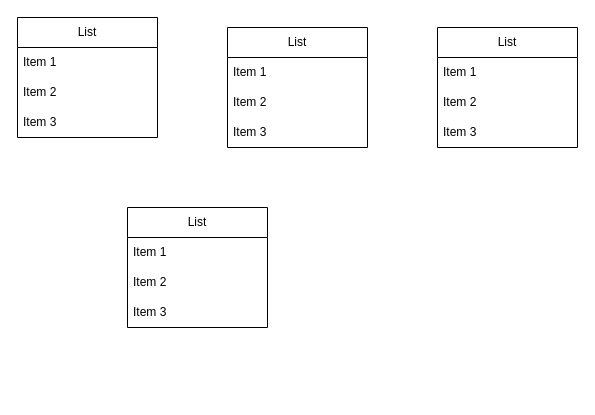
Above: One bit code/4-Dados/exercicio4.drawio in KimberlyMartins/OneBitCode-Ruby (draw.io), before the change. Source tidied: cells renumbered, new cells numbered last; positions are measured from the earlier drawing's top-left corner, leaving out a move shared by most shapes. Both pictures are drawn from the tidied source at 100%, with x=0, y=0 at pixel (17, 17).
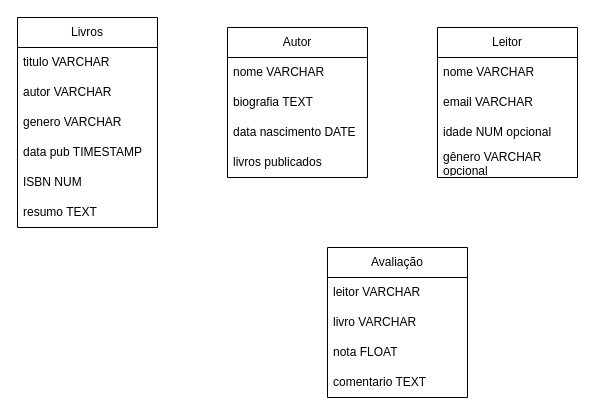
The same diagram, later.

What changed in the source:
```diff
@@
-    <mxCell id="2" value="List" style="swimlane;fontStyle=0;horizontal=1;startSize=30;whiteSpace=wrap;html=1;" parent="1" vertex="1">
-      <mxGeometry width="140" height="120" as="geometry" />
+    <mxCell id="2" value="Livros" style="swimlane;fontStyle=0;horizontal=1;startSize=30;whiteSpace=wrap;html=1;" parent="1" vertex="1">
+      <mxGeometry width="140" height="210" as="geometry" />
     </mxCell>
-    <mxCell id="3" value="Item 1" style="text;strokeColor=none;fillColor=none;align=left;verticalAlign=middle;spacingLeft=4;spacingRight=4;overflow=hidden;whiteSpace=wrap;html=1;" parent="2" vertex="1">
+    <mxCell id="3" value="titulo VARCHAR&amp;nbsp;" style="text;strokeColor=none;fillColor=none;align=left;verticalAlign=middle;spacingLeft=4;spacingRight=4;overflow=hidden;whiteSpace=wrap;html=1;" parent="2" vertex="1">
       <mxGeometry y="30" width="140" height="30" as="geometry" />
     </mxCell>
-    <mxCell id="4" value="Item 2" style="text;strokeColor=none;fillColor=none;align=left;verticalAlign=middle;spacingLeft=4;spacingRight=4;overflow=hidden;whiteSpace=wrap;html=1;" parent="2" vertex="1">
+    <mxCell id="4" value="autor VARCHAR" style="text;strokeColor=none;fillColor=none;align=left;verticalAlign=middle;spacingLeft=4;spacingRight=4;overflow=hidden;whiteSpace=wrap;html=1;" parent="2" vertex="1">
       <mxGeometry y="60" width="140" height="30" as="geometry" />
     </mxCell>
-    <mxCell id="5" value="Item 3" style="text;strokeColor=none;fillColor=none;align=left;verticalAlign=middle;spacingLeft=4;spacingRight=4;overflow=hidden;whiteSpace=wrap;html=1;" parent="2" vertex="1">
+    <mxCell id="5" value="genero VARCHAR" style="text;strokeColor=none;fillColor=none;align=left;verticalAlign=middle;spacingLeft=4;spacingRight=4;overflow=hidden;whiteSpace=wrap;html=1;" parent="2" vertex="1">
       <mxGeometry y="90" width="140" height="30" as="geometry" />
     </mxCell>
+    <mxCell id="18" value="data pub TIMESTAMP" style="text;strokeColor=none;fillColor=none;align=left;verticalAlign=middle;spacingLeft=4;spacingRight=4;overflow=hidden;whiteSpace=wrap;html=1;" parent="2" vertex="1">
+      <mxGeometry y="120" width="140" height="30" as="geometry" />
+    </mxCell>
+    <mxCell id="19" value="ISBN NUM" style="text;strokeColor=none;fillColor=none;align=left;verticalAlign=middle;spacingLeft=4;spacingRight=4;overflow=hidden;whiteSpace=wrap;html=1;" parent="2" vertex="1">
+      <mxGeometry y="150" width="140" height="30" as="geometry" />
+    </mxCell>
+    <mxCell id="20" value="resumo TEXT" style="text;strokeColor=none;fillColor=none;align=left;verticalAlign=middle;spacingLeft=4;spacingRight=4;overflow=hidden;whiteSpace=wrap;html=1;" parent="2" vertex="1">
+      <mxGeometry y="180" width="140" height="30" as="geometry" />
+    </mxCell>
-    <mxCell id="6" value="List" style="swimlane;fontStyle=0;horizontal=1;startSize=30;whiteSpace=wrap;html=1;" parent="1" vertex="1">
-      <mxGeometry x="210" y="10" width="140" height="120" as="geometry" />
+    <mxCell id="6" value="Autor" style="swimlane;fontStyle=0;horizontal=1;startSize=30;whiteSpace=wrap;html=1;" parent="1" vertex="1">
+      <mxGeometry x="210" y="10" width="140" height="150" as="geometry" />
     </mxCell>
-    <mxCell id="7" value="Item 1" style="text;strokeColor=none;fillColor=none;align=left;verticalAlign=middle;spacingLeft=4;spacingRight=4;overflow=hidden;whiteSpace=wrap;html=1;" parent="6" vertex="1">
+    <mxCell id="7" value="nome VARCHAR" style="text;strokeColor=none;fillColor=none;align=left;verticalAlign=middle;spacingLeft=4;spacingRight=4;overflow=hidden;whiteSpace=wrap;html=1;" parent="6" vertex="1">
       <mxGeometry y="30" width="140" height="30" as="geometry" />
     </mxCell>
-    <mxCell id="8" value="Item 2" style="text;strokeColor=none;fillColor=none;align=left;verticalAlign=middle;spacingLeft=4;spacingRight=4;overflow=hidden;whiteSpace=wrap;html=1;" parent="6" vertex="1">
+    <mxCell id="8" value="biografia TEXT" style="text;strokeColor=none;fillColor=none;align=left;verticalAlign=middle;spacingLeft=4;spacingRight=4;overflow=hidden;whiteSpace=wrap;html=1;" parent="6" vertex="1">
       <mxGeometry y="60" width="140" height="30" as="geometry" />
     </mxCell>
-    <mxCell id="9" value="Item 3" style="text;strokeColor=none;fillColor=none;align=left;verticalAlign=middle;spacingLeft=4;spacingRight=4;overflow=hidden;whiteSpace=wrap;html=1;" parent="6" vertex="1">
-      <mxGeometry y="90" width="140" height="30" as="geometry" />
-    </mxCell>
+    <mxCell id="21" value="data nascimento DATE" style="text;strokeColor=none;fillColor=none;align=left;verticalAlign=middle;spacingLeft=4;spacingRight=4;overflow=hidden;whiteSpace=wrap;html=1;" parent="6" vertex="1">
+      <mxGeometry y="90" width="140" height="30" as="geometry" />
+    </mxCell>
+    <mxCell id="22" value="livros publicados" style="text;strokeColor=none;fillColor=none;align=left;verticalAlign=middle;spacingLeft=4;spacingRight=4;overflow=hidden;whiteSpace=wrap;html=1;" parent="6" vertex="1">
+      <mxGeometry y="120" width="140" height="30" as="geometry" />
+    </mxCell>
-    <mxCell id="10" value="List" style="swimlane;fontStyle=0;horizontal=1;startSize=30;whiteSpace=wrap;html=1;" parent="1" vertex="1">
-      <mxGeometry x="420" y="10" width="140" height="120" as="geometry" />
+    <mxCell id="10" value="Leitor" style="swimlane;fontStyle=0;horizontal=1;startSize=30;whiteSpace=wrap;html=1;" parent="1" vertex="1">
+      <mxGeometry x="420" y="10" width="140" height="150" as="geometry" />
     </mxCell>
-    <mxCell id="11" value="Item 1" style="text;strokeColor=none;fillColor=none;align=left;verticalAlign=middle;spacingLeft=4;spacingRight=4;overflow=hidden;whiteSpace=wrap;html=1;" parent="10" vertex="1">
+    <mxCell id="11" value="nome VARCHAR" style="text;strokeColor=none;fillColor=none;align=left;verticalAlign=middle;spacingLeft=4;spacingRight=4;overflow=hidden;whiteSpace=wrap;html=1;" parent="10" vertex="1">
       <mxGeometry y="30" width="140" height="30" as="geometry" />
     </mxCell>
-    <mxCell id="12" value="Item 2" style="text;strokeColor=none;fillColor=none;align=left;verticalAlign=middle;spacingLeft=4;spacingRight=4;overflow=hidden;whiteSpace=wrap;html=1;" parent="10" vertex="1">
+    <mxCell id="12" value="email VARCHAR" style="text;strokeColor=none;fillColor=none;align=left;verticalAlign=middle;spacingLeft=4;spacingRight=4;overflow=hidden;whiteSpace=wrap;html=1;" parent="10" vertex="1">
       <mxGeometry y="60" width="140" height="30" as="geometry" />
     </mxCell>
-    <mxCell id="13" value="Item 3" style="text;strokeColor=none;fillColor=none;align=left;verticalAlign=middle;spacingLeft=4;spacingRight=4;overflow=hidden;whiteSpace=wrap;html=1;" parent="10" vertex="1">
+    <mxCell id="13" value="idade NUM opcional" style="text;strokeColor=none;fillColor=none;align=left;verticalAlign=middle;spacingLeft=4;spacingRight=4;overflow=hidden;whiteSpace=wrap;html=1;" parent="10" vertex="1">
       <mxGeometry y="90" width="140" height="30" as="geometry" />
     </mxCell>
+    <mxCell id="23" value="gênero VARCHAR opcional" style="text;strokeColor=none;fillColor=none;align=left;verticalAlign=middle;spacingLeft=4;spacingRight=4;overflow=hidden;whiteSpace=wrap;html=1;" parent="10" vertex="1">
+      <mxGeometry y="120" width="140" height="30" as="geometry" />
+    </mxCell>
-    <mxCell id="14" value="List" style="swimlane;fontStyle=0;horizontal=1;startSize=30;whiteSpace=wrap;html=1;" parent="1" vertex="1">
-      <mxGeometry x="110" y="190" width="140" height="120" as="geometry" />
+    <mxCell id="14" value="Avaliação" style="swimlane;fontStyle=0;horizontal=1;startSize=30;whiteSpace=wrap;html=1;" parent="1" vertex="1">
+      <mxGeometry x="310" y="230" width="140" height="150" as="geometry" />
     </mxCell>
-    <mxCell id="15" value="Item 1" style="text;strokeColor=none;fillColor=none;align=left;verticalAlign=middle;spacingLeft=4;spacingRight=4;overflow=hidden;whiteSpace=wrap;html=1;" parent="14" vertex="1">
+    <mxCell id="15" value="leitor VARCHAR" style="text;strokeColor=none;fillColor=none;align=left;verticalAlign=middle;spacingLeft=4;spacingRight=4;overflow=hidden;whiteSpace=wrap;html=1;" parent="14" vertex="1">
       <mxGeometry y="30" width="140" height="30" as="geometry" />
     </mxCell>
-    <mxCell id="16" value="Item 2" style="text;strokeColor=none;fillColor=none;align=left;verticalAlign=middle;spacingLeft=4;spacingRight=4;overflow=hidden;whiteSpace=wrap;html=1;" parent="14" vertex="1">
+    <mxCell id="16" value="livro VARCHAR&amp;nbsp;" style="text;strokeColor=none;fillColor=none;align=left;verticalAlign=middle;spacingLeft=4;spacingRight=4;overflow=hidden;whiteSpace=wrap;html=1;" parent="14" vertex="1">
       <mxGeometry y="60" width="140" height="30" as="geometry" />
     </mxCell>
-    <mxCell id="17" value="Item 3" style="text;strokeColor=none;fillColor=none;align=left;verticalAlign=middle;spacingLeft=4;spacingRight=4;overflow=hidden;whiteSpace=wrap;html=1;" parent="14" vertex="1">
-      <mxGeometry y="90" width="140" height="30" as="geometry" />
-    </mxCell>
+    <mxCell id="24" value="nota FLOAT" style="text;strokeColor=none;fillColor=none;align=left;verticalAlign=middle;spacingLeft=4;spacingRight=4;overflow=hidden;whiteSpace=wrap;html=1;" parent="14" vertex="1">
+      <mxGeometry y="90" width="140" height="30" as="geometry" />
+    </mxCell>
+    <mxCell id="25" value="comentario TEXT" style="text;strokeColor=none;fillColor=none;align=left;verticalAlign=middle;spacingLeft=4;spacingRight=4;overflow=hidden;whiteSpace=wrap;html=1;" parent="14" vertex="1">
+      <mxGeometry y="120" width="140" height="30" as="geometry" />
+    </mxCell>
```
